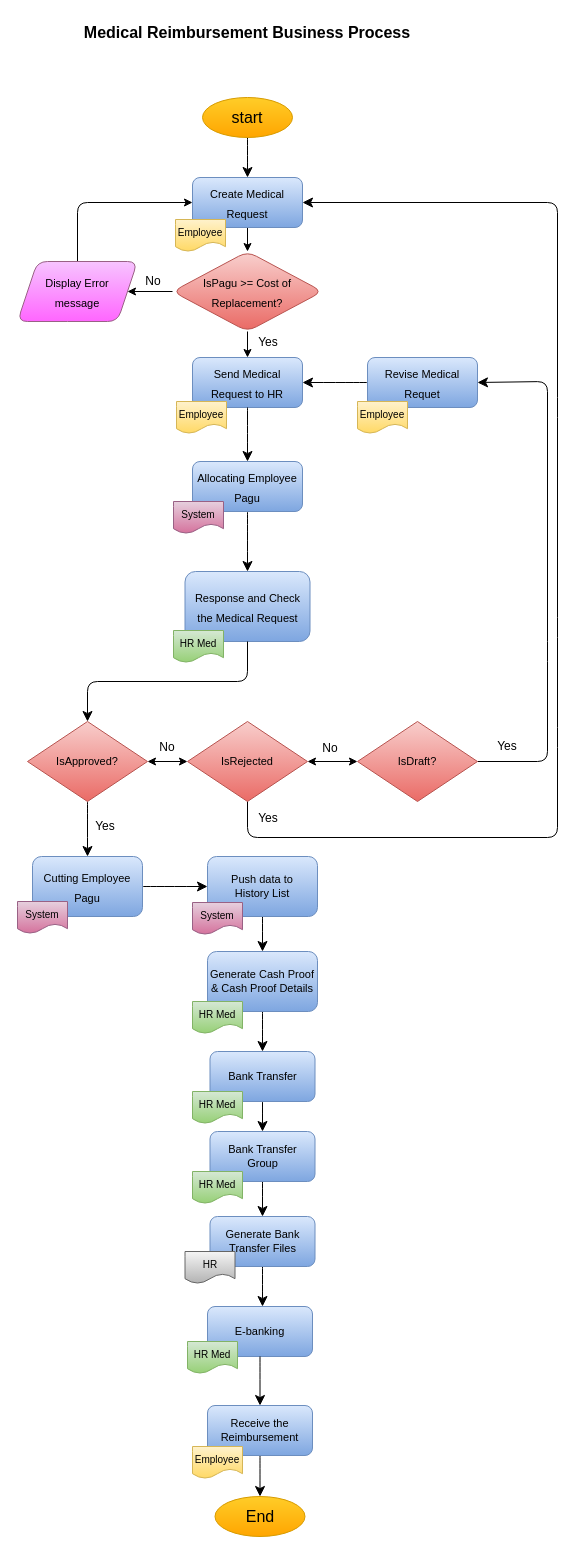
Above: Medical Reimbursement.drawio in jezreelkosasih/diagram (draw.io), before the change. Source tidied: cells renumbered, new cells numbered last; positions are measured from the earlier drawing's top-left corner, leaving out a move shared by most shapes. Both pictures are drawn from the tidied source at 100%, with x=0, y=0 at pixel (17, 17).
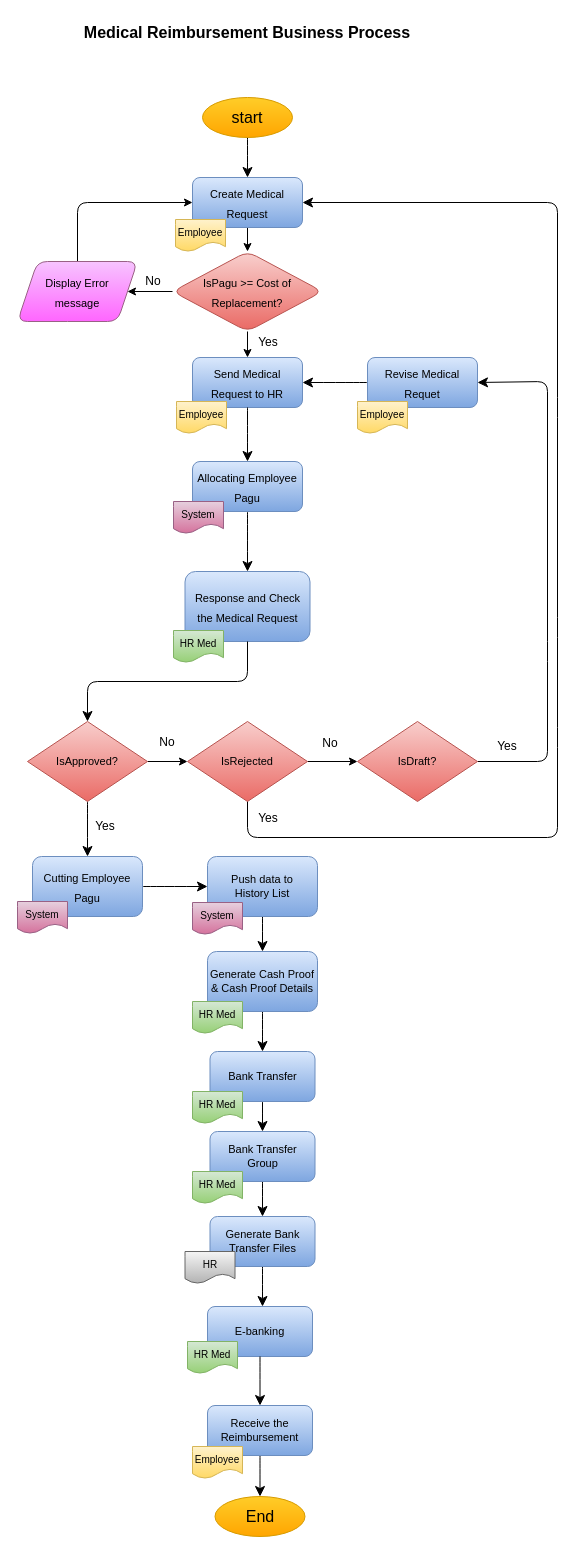
Above is the later version.

Unchanged cells that the change refers to:
```xml
<mxCell id="15" value="IsApproved?" style="rhombus;whiteSpace=wrap;html=1;fontSize=11;fillColor=#f8cecc;gradientColor=#ea6b66;strokeColor=#b85450;" parent="1" vertex="1">
  <mxGeometry x="10" y="704" width="120" height="80" as="geometry" />
</mxCell>
<mxCell id="18" value="IsRejected" style="rhombus;whiteSpace=wrap;html=1;fontSize=11;fillColor=#f8cecc;gradientColor=#ea6b66;strokeColor=#b85450;" parent="1" vertex="1">
  <mxGeometry x="170" y="704" width="120" height="80" as="geometry" />
</mxCell>
<mxCell id="20" value="IsDraft?" style="rhombus;whiteSpace=wrap;html=1;fontSize=11;fillColor=#f8cecc;gradientColor=#ea6b66;strokeColor=#b85450;" parent="1" vertex="1">
  <mxGeometry x="340" y="704" width="120" height="80" as="geometry" />
</mxCell>
```

Diff of the diagram source:
```diff
@@
-    <mxCell id="14" style="edgeStyle=orthogonalEdgeStyle;rounded=0;jettySize=auto;html=1;startArrow=classic;startFill=1;" parent="1" edge="1" source="15" target="18">
+    <mxCell id="14" style="edgeStyle=orthogonalEdgeStyle;rounded=0;jettySize=auto;html=1;startArrow=none;startFill=0;" parent="1" edge="1" source="15" target="18">
       <mxGeometry relative="1" as="geometry" />
     </mxCell>
@@
-    <mxCell id="17" style="edgeStyle=orthogonalEdgeStyle;rounded=0;jettySize=auto;html=1;startArrow=classic;startFill=1;" parent="1" edge="1" source="18" target="20">
+    <mxCell id="17" style="edgeStyle=orthogonalEdgeStyle;rounded=0;jettySize=auto;html=1;startArrow=none;startFill=0;" parent="1" edge="1" source="18" target="20">
       <mxGeometry relative="1" as="geometry" />
     </mxCell>
@@
     <mxCell id="53" value="No" style="text;html=1;strokeColor=none;fillColor=none;align=center;verticalAlign=middle;whiteSpace=wrap;rounded=0;" parent="1" vertex="1">
-      <mxGeometry x="120" y="715" width="60" height="30" as="geometry" />
+      <mxGeometry x="120" y="710" width="60" height="30" as="geometry" />
     </mxCell>
     <mxCell id="54" value="No" style="text;html=1;strokeColor=none;fillColor=none;align=center;verticalAlign=middle;whiteSpace=wrap;rounded=0;" parent="1" vertex="1">
-      <mxGeometry x="283" y="716" width="60" height="30" as="geometry" />
+      <mxGeometry x="283" y="711" width="60" height="30" as="geometry" />
     </mxCell>
```
